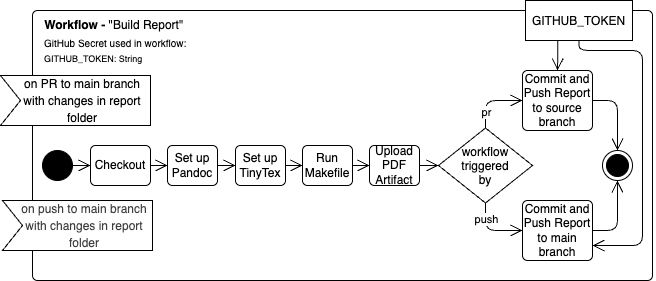
Earlier version of the draw.io export report/images/report_pipeline.png (ITU-DevOps2026/ITU-minitwit). Source tidied: cells renumbered, new cells last; positions are measured from the earlier drawing's top-left corner, leaving out a move shared by most shapes.
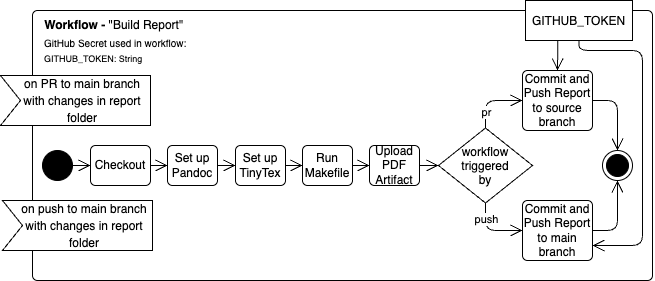
After the change.

The edit, as a diff of the source:
```diff
@@ -23,7 +23,7 @@
     <mxCell id="8" value="&lt;font style=&quot;font-size: 12px;&quot;&gt;on PR to main branch with changes in report folder&lt;/font&gt;" style="html=1;shape=mxgraph.infographic.ribbonSimple;notch1=20;notch2=0;align=center;verticalAlign=middle;fontSize=14;fontStyle=0;fillColor=#FFFFFF;flipH=0;spacingRight=0;spacingLeft=14;whiteSpace=wrap;" parent="1" vertex="1">
       <mxGeometry y="75" width="150" height="50" as="geometry" />
     </mxCell>
-    <mxCell id="9" value="&lt;span style=&quot;color: rgb(63, 63, 63); font-size: 12px;&quot;&gt;on push to main branch with changes in report folder&lt;/span&gt;" style="html=1;shape=mxgraph.infographic.ribbonSimple;notch1=20;notch2=0;align=center;verticalAlign=middle;fontSize=14;fontStyle=0;fillColor=#FFFFFF;flipH=0;spacingRight=0;spacingLeft=14;whiteSpace=wrap;" parent="1" vertex="1">
+    <mxCell id="9" value="&lt;span style=&quot;font-size: 12px;&quot;&gt;&lt;font&gt;on push to main branch with changes in report folder&lt;/font&gt;&lt;/span&gt;" style="html=1;shape=mxgraph.infographic.ribbonSimple;notch1=20;notch2=0;align=center;verticalAlign=middle;fontSize=14;fontStyle=0;fillColor=#FFFFFF;flipH=0;spacingRight=0;spacingLeft=14;whiteSpace=wrap;" parent="1" vertex="1">
       <mxGeometry x="2" y="200" width="150" height="50" as="geometry" />
     </mxCell>
     <mxCell id="10" value="Set up Pandoc" style="html=1;align=center;verticalAlign=middle;rounded=1;absoluteArcSize=1;arcSize=10;dashed=0;whiteSpace=wrap;" parent="1" vertex="1">
```
